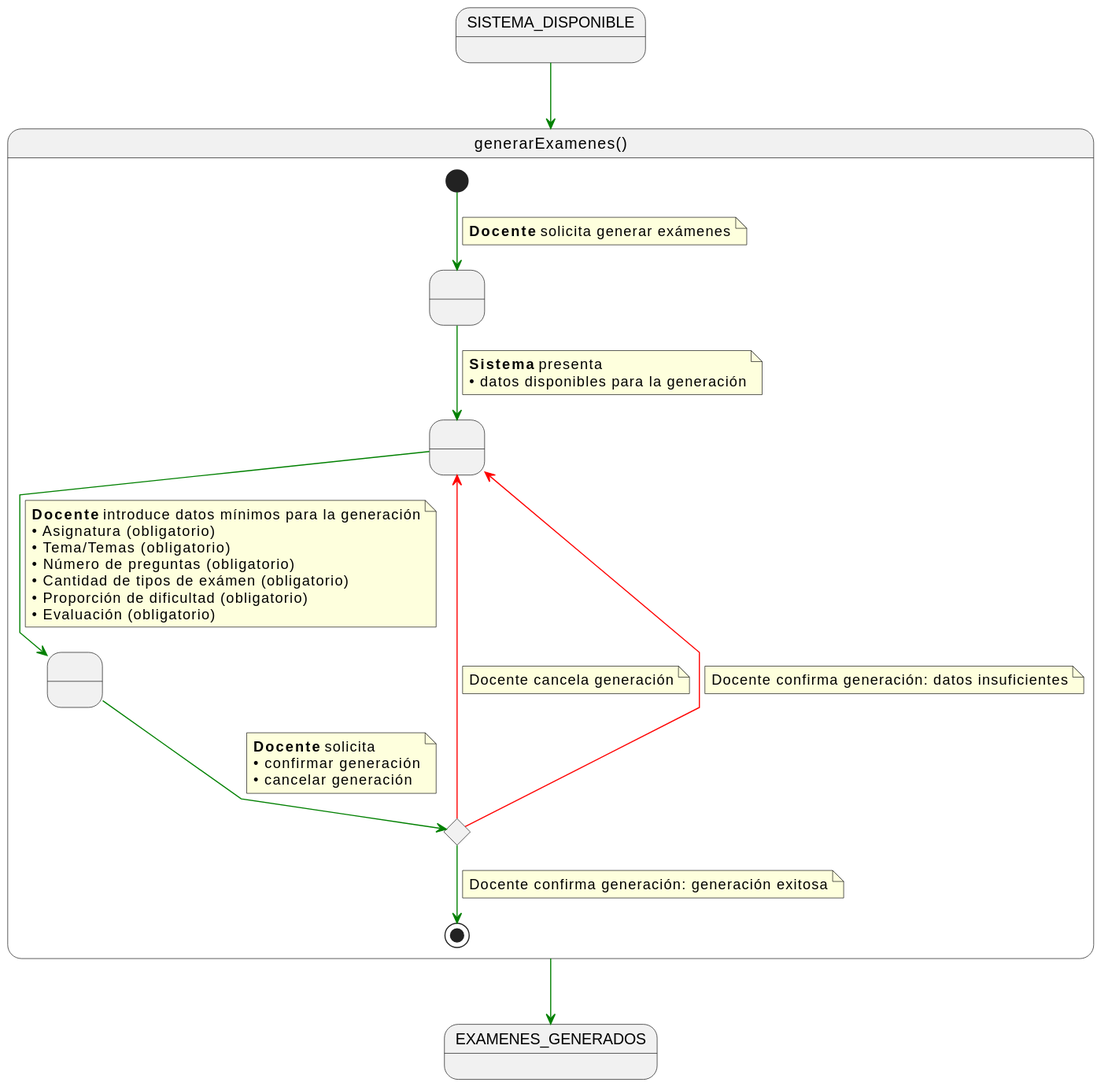
Before: documents/casos-de-uso/detalladoCasosDeUso/generarExamenes/generarExamenes.svg, a diagram exported from PlantUML (martinlopez7/25-26-IdSw1-SdR). Its diagram source:
```plantuml
@startuml
skinparam linetype polyline

state generarExamenes as "generarExamenes()" {

    state " " as RequiringGeneration
    state " " as ProvidingData
    state " " as ProvidingConfirmation
    state c <<choice>>

    [*] -[#green]-> RequiringGeneration
    note on link
    <b>Docente</b> solicita generar exámenes
    end note

    RequiringGeneration -[#green]-> ProvidingData
    note on link
    <b>Sistema</b> presenta
    • datos disponibles para la generación
    end note

    ProvidingData -[#green]-> ProvidingConfirmation
    note on link
    <b>Docente</b> introduce datos mínimos para la generación
    • Asignatura (obligatorio)
    • Tema/Temas (obligatorio)
    • Número de preguntas (obligatorio)
    • Cantidad de tipos de exámen (obligatorio)
    • Proporción de dificultad (obligatorio)
    • Evaluación (obligatorio)
    end note

    ProvidingConfirmation -[#green]-> c
    note on link
    <b>Docente</b> solicita
    • confirmar generación
    • cancelar generación
    end note

    c -[#red]-> ProvidingData
    note on link
    Docente cancela generación
    end note

    c -[#red]-> ProvidingData
    note on link
    Docente confirma generación: datos insuficientes
    end note

    c -[#green]-> [*]
    note on link
    Docente confirma generación: generación exitosa
    end note
}

SISTEMA_DISPONIBLE -[#green]-> generarExamenes

generarExamenes -[#green]-> EXAMENES_GENERADOS
@enduml
```
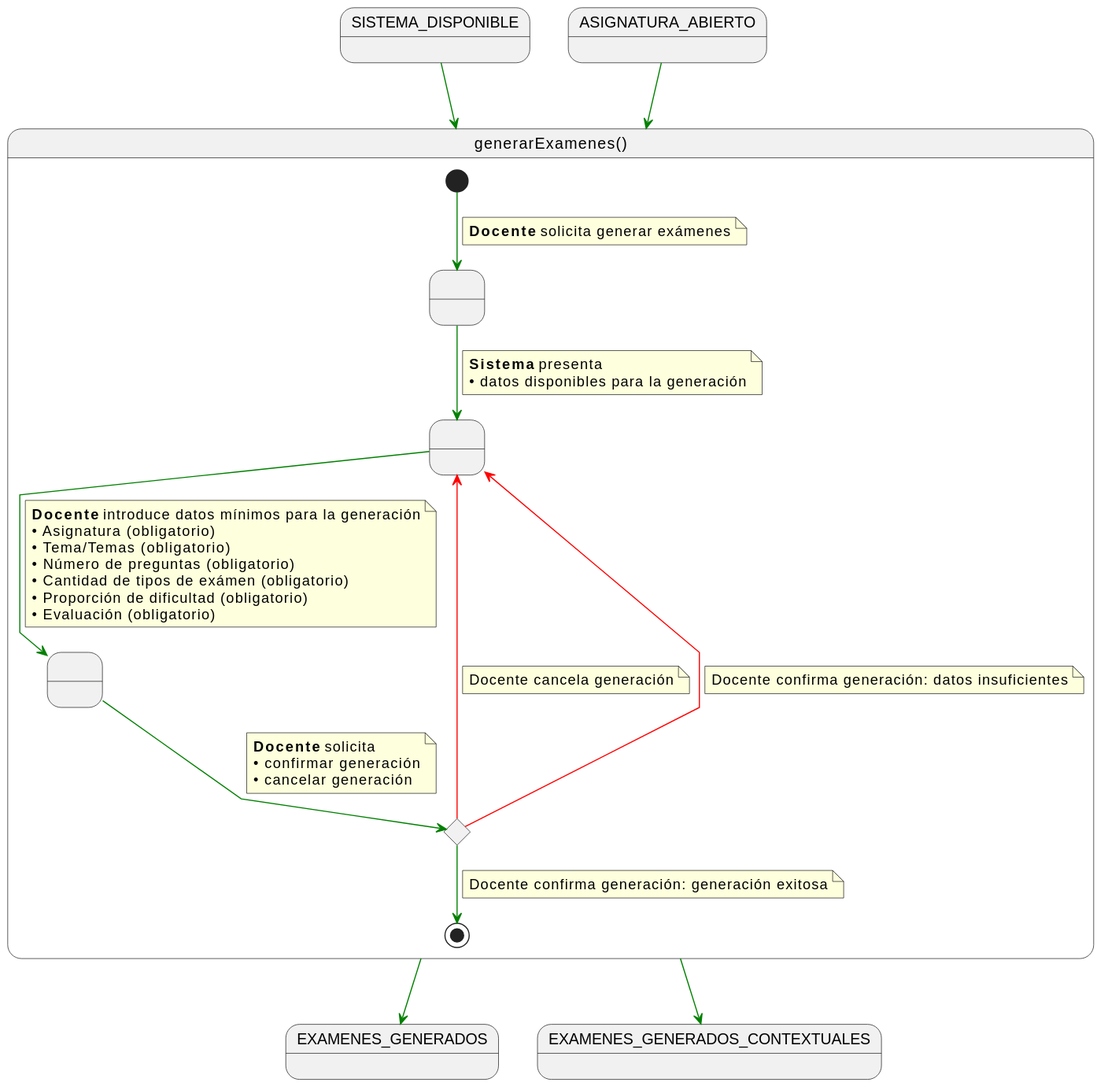
Later version of the same file.

The edit, as a diff of the source:
```diff
@@ -56,4 +56,8 @@
 SISTEMA_DISPONIBLE -[#green]-> generarExamenes
 
 generarExamenes -[#green]-> EXAMENES_GENERADOS
+
+ASIGNATURA_ABIERTO -[#green]-> generarExamenes
+
+generarExamenes -[#green]-> EXAMENES_GENERADOS_CONTEXTUALES
 @enduml
```
